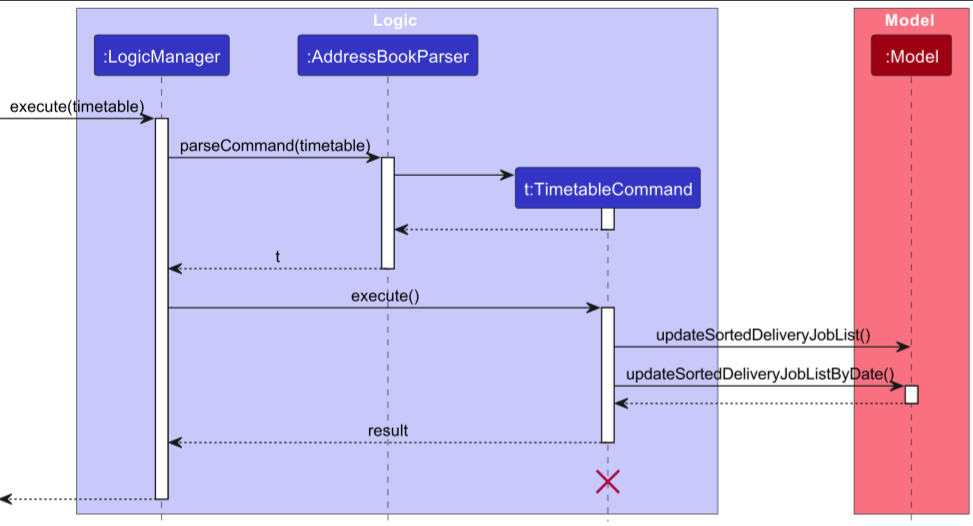
Before: docs/images/TimetableSequenceDiagram.png, a diagram exported from PlantUML (nus-cs2103-AY2223S2/tp). Its source is kept beside it as docs/diagrams/TimetableSequenceDiagram.puml. Its diagram source:
```plantuml
@startuml
!include style.puml

box Logic LOGIC_COLOR_T1
participant ":LogicManager" as LogicManager LOGIC_COLOR
participant ":AddressBookParser" as AddressBookParser LOGIC_COLOR
participant "t:TimetableCommand" as TimetableCommand LOGIC_COLOR
end box

box Model MODEL_COLOR_T1
participant ":Model" as Model MODEL_COLOR
end box
[-> LogicManager : execute(timetable)
activate LogicManager

LogicManager -> AddressBookParser : parseCommand(timetable)
activate AddressBookParser

create TimetableCommand
AddressBookParser -> TimetableCommand
activate TimetableCommand

TimetableCommand --> AddressBookParser
deactivate TimetableCommand

AddressBookParser --> LogicManager : t
deactivate AddressBookParser

LogicManager -> TimetableCommand : execute()
activate TimetableCommand

TimetableCommand -> Model : updateSortedDeliveryJobList()
TimetableCommand -> Model : updateSortedDeliveryJobListByDate()
activate Model


Model --> TimetableCommand
deactivate Model

TimetableCommand --> LogicManager : result
deactivate TimetableCommand
TimetableCommand -[hidden]-> LogicManager : result
destroy TimetableCommand

[<--LogicManager
deactivate LogicManager
@enduml
```
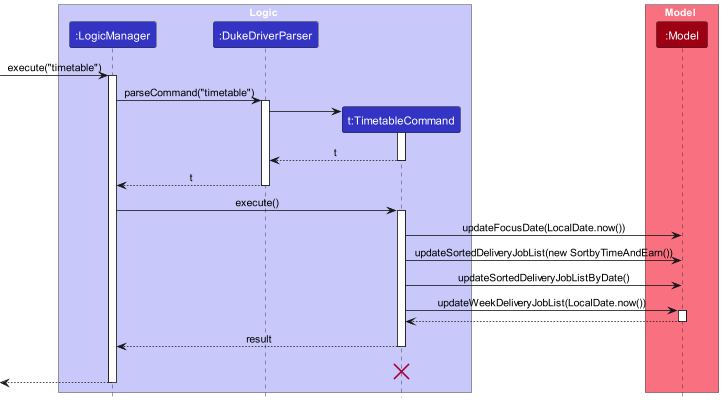
After the commit.

Change to the diagram source:
```diff
@@ -3,34 +3,35 @@
 
 box Logic LOGIC_COLOR_T1
 participant ":LogicManager" as LogicManager LOGIC_COLOR
-participant ":AddressBookParser" as AddressBookParser LOGIC_COLOR
+participant ":DukeDriverParser" as DukeDriverParser LOGIC_COLOR
 participant "t:TimetableCommand" as TimetableCommand LOGIC_COLOR
 end box
 
 box Model MODEL_COLOR_T1
 participant ":Model" as Model MODEL_COLOR
 end box
-[-> LogicManager : execute(timetable)
+[-> LogicManager : execute("timetable")
 activate LogicManager
 
-LogicManager -> AddressBookParser : parseCommand(timetable)
-activate AddressBookParser
+LogicManager -> DukeDriverParser : parseCommand("timetable")
+activate DukeDriverParser
 
 create TimetableCommand
-AddressBookParser -> TimetableCommand
+DukeDriverParser -> TimetableCommand
 activate TimetableCommand
 
-TimetableCommand --> AddressBookParser
+TimetableCommand --> DukeDriverParser : t
 deactivate TimetableCommand
 
-AddressBookParser --> LogicManager : t
-deactivate AddressBookParser
+DukeDriverParser --> LogicManager : t
+deactivate DukeDriverParser
 
 LogicManager -> TimetableCommand : execute()
 activate TimetableCommand
-
-TimetableCommand -> Model : updateSortedDeliveryJobList()
+TimetableCommand -> Model : updateFocusDate(LocalDate.now())
+TimetableCommand -> Model : updateSortedDeliveryJobList(new SortbyTimeAndEarn())
 TimetableCommand -> Model : updateSortedDeliveryJobListByDate()
+TimetableCommand -> Model : updateWeekDeliveryJobList(LocalDate.now())
 activate Model
 
 
```
